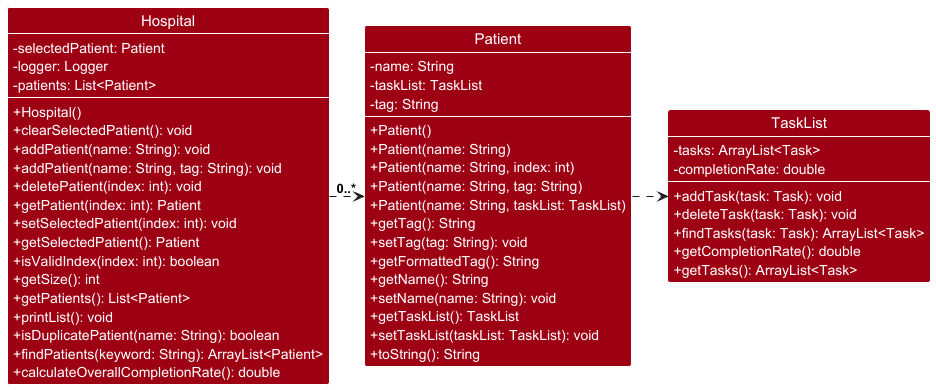
Before: docs/images/HospitalClassDiagram.png, a diagram exported from PlantUML (nus-cs2113-AY2425S1/tp).
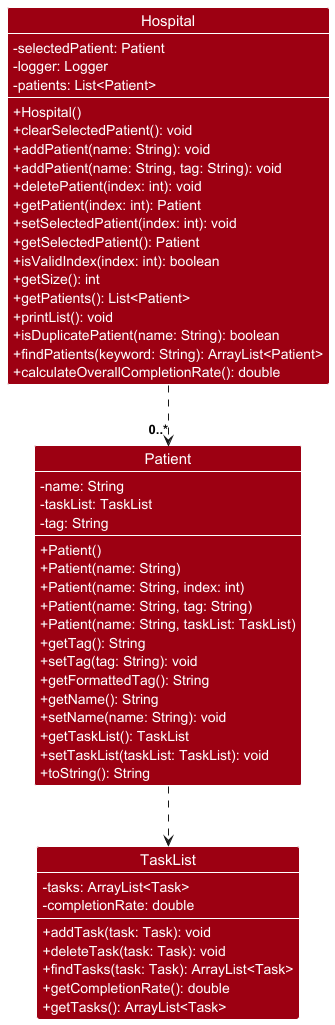
After the commit.

What changed in the source:
```diff
@@ -1,6 +1,7 @@
 @startuml
 
 !include style.puml
+
 
 class Hospital DATA_COLOR {
     - selectedPatient: Patient
@@ -57,7 +58,7 @@
 }
 
 
-Hospital .> "0..*" Patient
-Patient .> TaskList
+Hospital .down.> "0..*" Patient
+Patient .down.> TaskList
 
 @enduml
```
